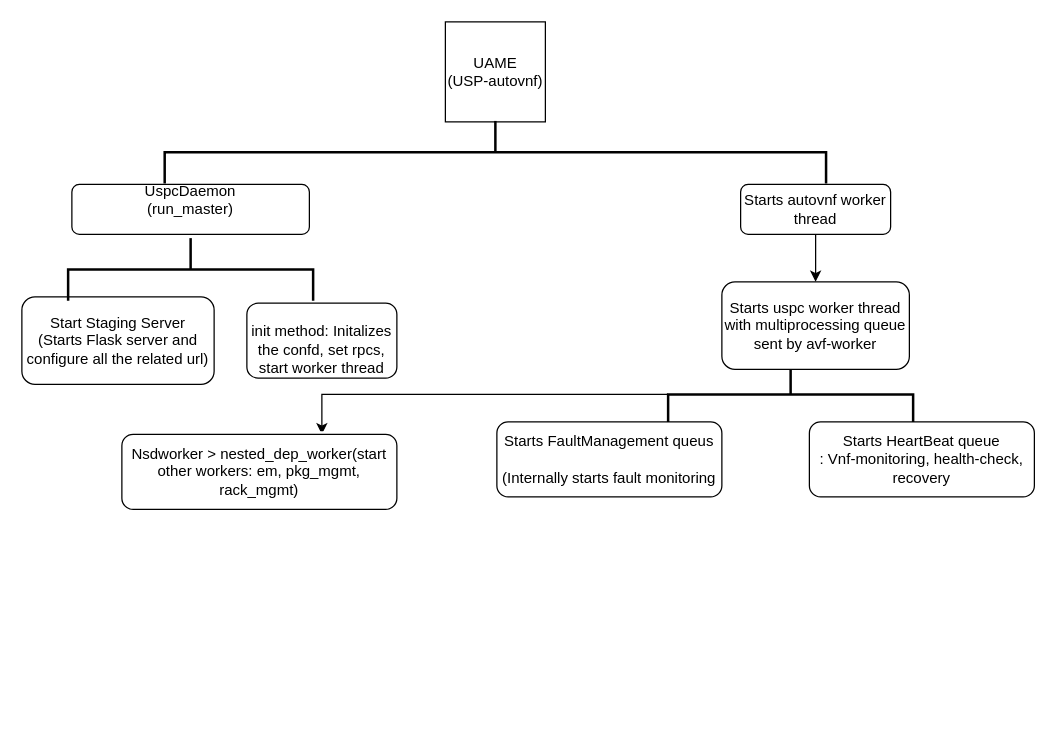
Before: Untitled Diagram.drawio in mupasak/ansible, a draw.io diagram. Source tidied: cells renumbered, new cells numbered last; positions are measured from the earlier drawing's top-left corner, leaving out a move shared by most shapes. Both pictures are drawn from the tidied source at 125%, with x=0, y=0 at pixel (21, -179).
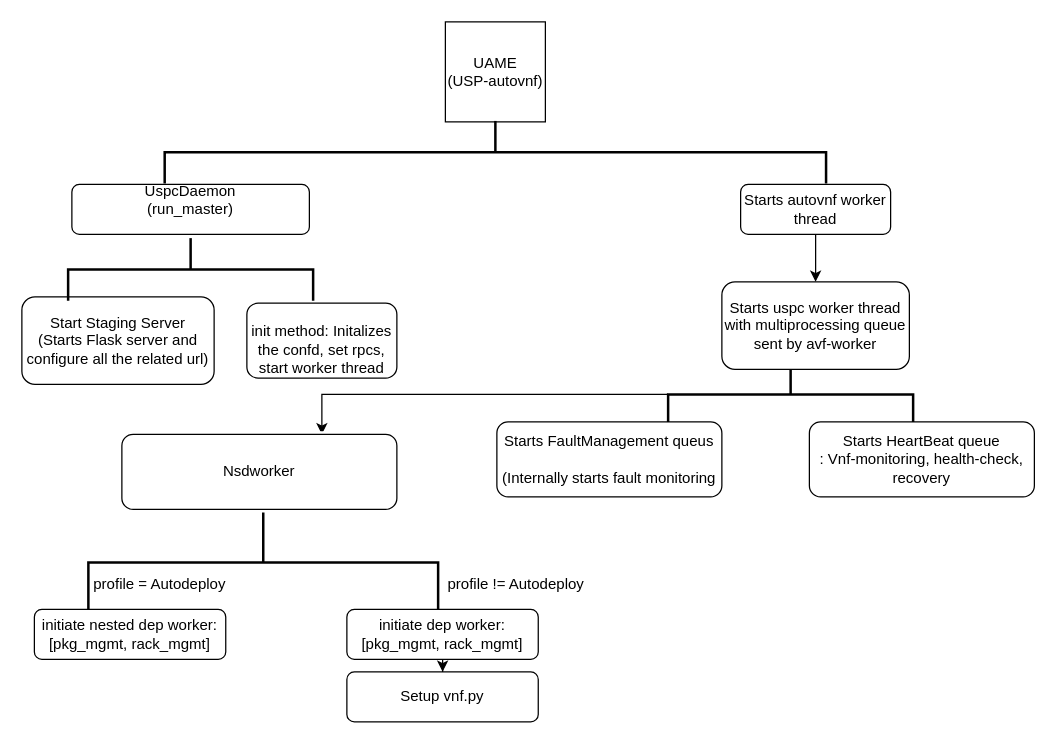
The same diagram, later.

What changed in the source:
```diff
@@
-    <mxCell id="16" value="Nsdworker &amp;gt; nested_dep_worker(start other workers: em, pkg_mgmt, rack_mgmt)" style="rounded=1;whiteSpace=wrap;html=1;" parent="1" vertex="1">
+    <mxCell id="16" value="Nsdworker " style="rounded=1;whiteSpace=wrap;html=1;" parent="1" vertex="1">
       <mxGeometry x="80" y="490" width="220" height="60" as="geometry" />
     </mxCell>
+    <mxCell id="17" style="strokeWidth=2;html=1;shape=mxgraph.flowchart.annotation_2;align=left;labelPosition=right;rotation=90;" parent="1" vertex="1">
+      <mxGeometry x="153.2" y="452.5" width="79.8" height="279.8" as="geometry" />
+    </mxCell>
+    <mxCell id="18" value="&lt;div&gt;initiate nested dep worker:&lt;/div&gt;&lt;div&gt;[pkg_mgmt, rack_mgmt]&lt;br&gt;&lt;/div&gt;" style="rounded=1;whiteSpace=wrap;html=1;" parent="1" vertex="1">
+      <mxGeometry x="10" y="630" width="153.1" height="40" as="geometry" />
+    </mxCell>
+    <mxCell id="19" value="profile = Autodeploy" style="text;html=1;align=center;verticalAlign=middle;" parent="1" vertex="1">
+      <mxGeometry x="50" y="600" width="120" height="20" as="geometry" />
+    </mxCell>
+    <mxCell id="20" value="profile != Autodeploy" style="text;html=1;align=center;verticalAlign=middle;" parent="1" vertex="1">
+      <mxGeometry x="330" y="600" width="130" height="20" as="geometry" />
+    </mxCell>
+    <mxCell id="21" style="edgeStyle=orthogonalEdgeStyle;rounded=0;jettySize=auto;html=1;" parent="1" edge="1" source="22" target="23">
+      <mxGeometry relative="1" as="geometry" />
+    </mxCell>
+    <mxCell id="22" value="&lt;div&gt;initiate dep worker:&lt;/div&gt;&lt;div&gt;[pkg_mgmt, rack_mgmt]&lt;br&gt;&lt;/div&gt;" style="rounded=1;whiteSpace=wrap;html=1;" parent="1" vertex="1">
+      <mxGeometry x="260" y="630" width="153.1" height="40" as="geometry" />
+    </mxCell>
+    <mxCell id="23" value="Setup vnf.py" style="rounded=1;whiteSpace=wrap;html=1;" parent="1" vertex="1">
+      <mxGeometry x="260" y="680" width="153.1" height="40" as="geometry" />
+    </mxCell>
```
